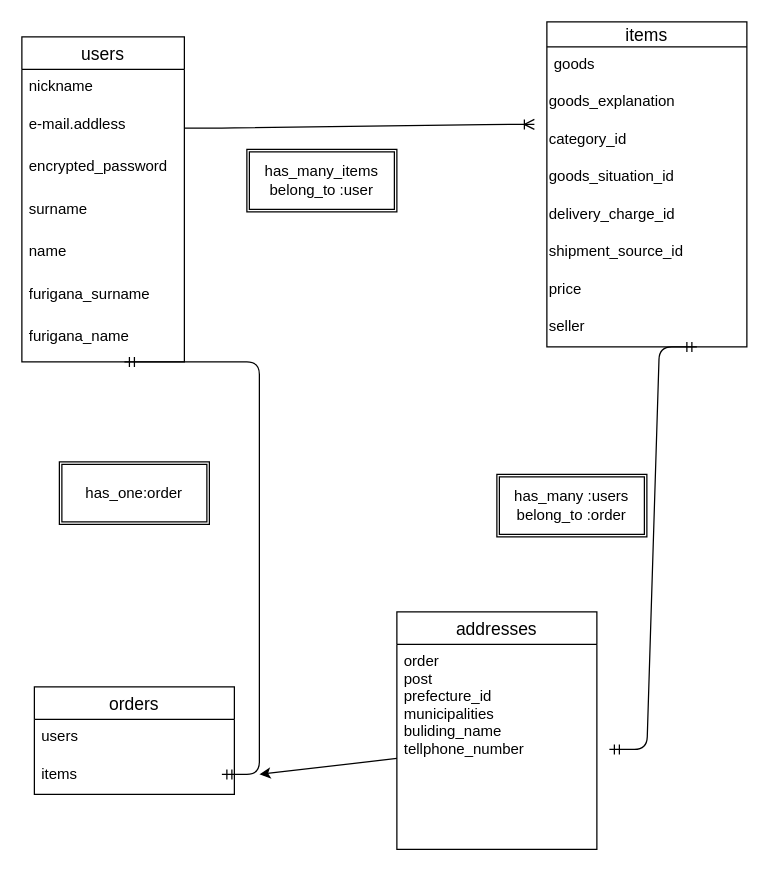
This is ER.dio from 62111341a/furima-37143, a draw.io file, before an edit. Source tidied: cells renumbered, new cells numbered last; positions are measured from the earlier drawing's top-left corner, leaving out a move shared by most shapes. Both pictures are drawn from the tidied source at 125%, with x=0, y=0 at pixel (21, 21).
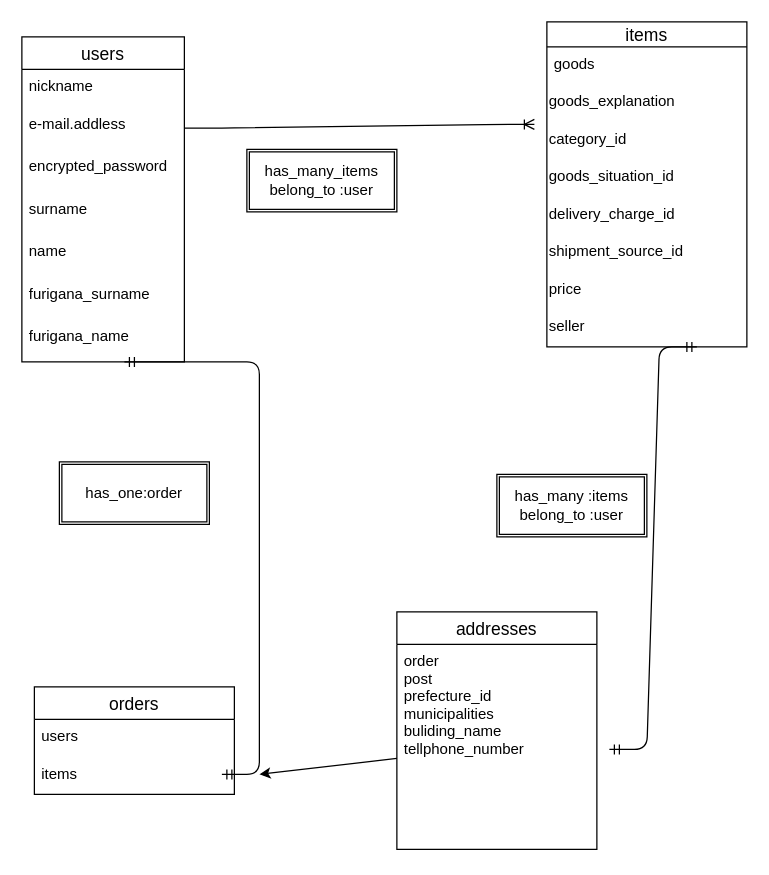
The same diagram, later.

Diff of the diagram source:
```diff
@@
-    <mxCell id="21" value="has_many :users&lt;br&gt;belong_to :order" style="shape=ext;double=1;rounded=0;whiteSpace=wrap;html=1;" parent="1" vertex="1">
+    <mxCell id="21" value="has_many :items&lt;br&gt;belong_to :user" style="shape=ext;double=1;rounded=0;whiteSpace=wrap;html=1;" parent="1" vertex="1">
       <mxGeometry x="380" y="362" width="120" height="50" as="geometry" />
     </mxCell>
```
